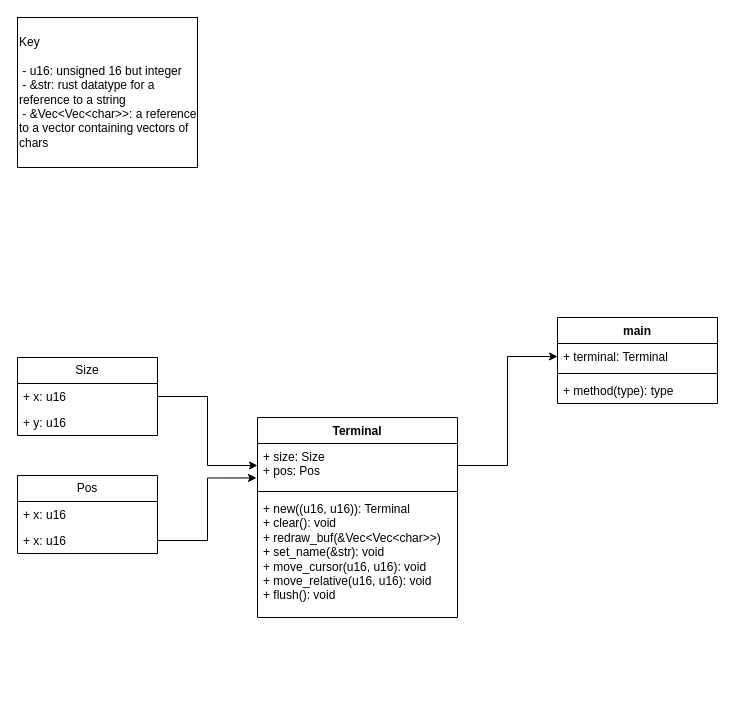
Before: img/pico-uml.drawio in AllLiver/pine, a draw.io diagram. Source tidied: cells renumbered, new cells numbered last; positions are measured from the earlier drawing's top-left corner, leaving out a move shared by most shapes. Both pictures are drawn from the tidied source at 100%, with x=0, y=0 at pixel (17, 17).
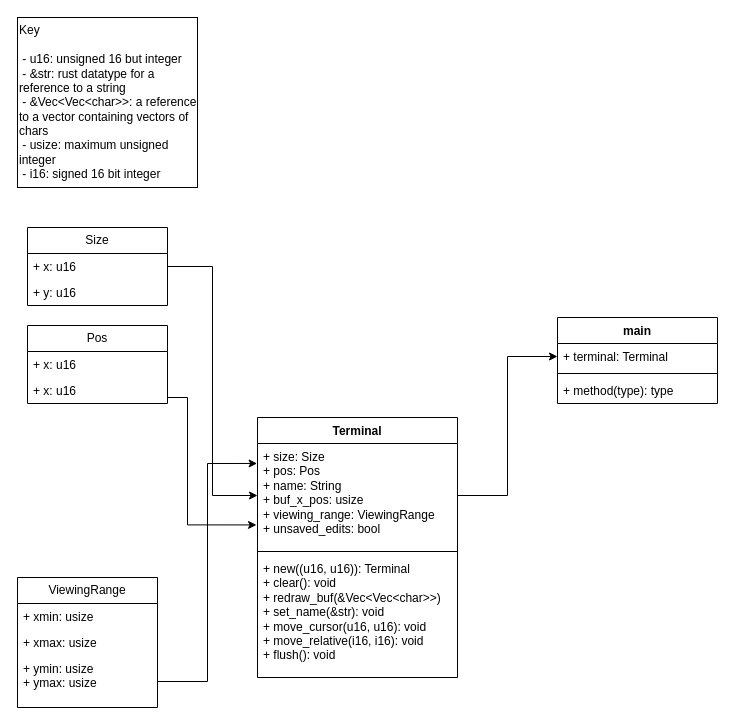
After the change.

Commit message (it also covers changes not shown here):
Trying svg for uml

The change refers to these unchanged cells:
```xml
<mxCell id="18" value="+ x: u16" style="text;strokeColor=none;fillColor=none;align=left;verticalAlign=top;spacingLeft=4;spacingRight=4;overflow=hidden;points=[[0,0.5],[1,0.5]];portConstraint=eastwest;whiteSpace=wrap;html=1;" parent="16" vertex="1">
  <mxGeometry y="52" width="140" height="26" as="geometry" />
</mxCell>
```

Diff of the diagram source:
```diff
@@
     <mxCell id="2" value="Terminal" style="swimlane;fontStyle=1;align=center;verticalAlign=top;horizontal=1;startSize=26;whiteSpace=wrap;html=1;" parent="1" vertex="1">
-      <mxGeometry x="240" y="400" width="200" height="200" as="geometry" />
+      <mxGeometry x="240" y="400" width="200" height="260" as="geometry" />
     </mxCell>
-    <mxCell id="3" value="+ size: Size&lt;div&gt;+ pos: Pos&lt;br&gt;&lt;div&gt;&lt;br&gt;&lt;/div&gt;&lt;/div&gt;" style="text;strokeColor=none;fillColor=none;align=left;verticalAlign=top;spacingLeft=4;spacingRight=4;overflow=hidden;points=[[0,0.5],[1,0.5]];portConstraint=eastwest;whiteSpace=wrap;html=1;" parent="2" vertex="1">
-      <mxGeometry y="26" width="200" height="44" as="geometry" />
+    <mxCell id="3" value="+ size: Size&lt;div&gt;+ pos: Pos&lt;/div&gt;&lt;div&gt;+ name: String&lt;/div&gt;&lt;div&gt;+ buf_x_pos: usize&lt;br&gt;&lt;div&gt;+ viewing_range: ViewingRange&lt;/div&gt;&lt;/div&gt;&lt;div&gt;+ unsaved_edits: bool&lt;/div&gt;" style="text;strokeColor=none;fillColor=none;align=left;verticalAlign=top;spacingLeft=4;spacingRight=4;overflow=hidden;points=[[0,0.5],[1,0.5]];portConstraint=eastwest;whiteSpace=wrap;html=1;" parent="2" vertex="1">
+      <mxGeometry y="26" width="200" height="104" as="geometry" />
     </mxCell>
     <mxCell id="4" style="line;strokeWidth=1;fillColor=none;align=left;verticalAlign=middle;spacingTop=-1;spacingLeft=3;spacingRight=3;labelPosition=right;strokeColor=inherit;" parent="2" vertex="1">
-      <mxGeometry y="70" width="200" height="8" as="geometry" />
+      <mxGeometry y="130" width="200" height="8" as="geometry" />
     </mxCell>
-    <mxCell id="5" value="&lt;div&gt;+ new((u16, u16)): Terminal&lt;/div&gt;+ clear(): void&amp;nbsp;&lt;div&gt;+ redraw_buf(&amp;amp;Vec&amp;lt;Vec&amp;lt;char&amp;gt;&amp;gt;)&lt;br&gt;&lt;div&gt;&lt;div&gt;+ set_name(&amp;amp;str): void&lt;/div&gt;&lt;div&gt;+&lt;span style=&quot;background-color: initial;&quot;&gt;&amp;nbsp;move_cursor(u16, u16): void&lt;/span&gt;&lt;/div&gt;&lt;div&gt;&lt;span style=&quot;background-color: initial;&quot;&gt;+ move_relative(u16, u16): void&lt;/span&gt;&lt;/div&gt;&lt;div&gt;&lt;span style=&quot;background-color: initial;&quot;&gt;+ flush(): void&lt;/span&gt;&lt;/div&gt;&lt;/div&gt;&lt;/div&gt;" style="text;strokeColor=none;fillColor=none;align=left;verticalAlign=top;spacingLeft=4;spacingRight=4;overflow=hidden;whiteSpace=wrap;html=1;" parent="2" vertex="1">
-      <mxGeometry y="78" width="200" height="122" as="geometry" />
+    <mxCell id="5" value="&lt;div&gt;+ new((u16, u16)): Terminal&lt;/div&gt;+ clear(): void&amp;nbsp;&lt;div&gt;+ redraw_buf(&amp;amp;Vec&amp;lt;Vec&amp;lt;char&amp;gt;&amp;gt;)&lt;br&gt;&lt;div&gt;&lt;div&gt;+ set_name(&amp;amp;str): void&lt;/div&gt;&lt;div&gt;+&lt;span style=&quot;background-color: initial;&quot;&gt;&amp;nbsp;move_cursor(u16, u16): void&lt;/span&gt;&lt;/div&gt;&lt;div&gt;&lt;span style=&quot;background-color: initial;&quot;&gt;+ move_relative(i16, i16): void&lt;/span&gt;&lt;/div&gt;&lt;div&gt;&lt;span style=&quot;background-color: initial;&quot;&gt;+ flush(): void&lt;/span&gt;&lt;/div&gt;&lt;/div&gt;&lt;/div&gt;" style="text;strokeColor=none;fillColor=none;align=left;verticalAlign=top;spacingLeft=4;spacingRight=4;overflow=hidden;whiteSpace=wrap;html=1;" parent="2" vertex="1">
+      <mxGeometry y="138" width="200" height="122" as="geometry" />
     </mxCell>
@@
-    <mxCell id="11" value="Key&lt;div&gt;&lt;br&gt;&lt;div&gt;&amp;nbsp;- u16: unsigned 16 but integer&lt;/div&gt;&lt;/div&gt;&lt;div&gt;&amp;nbsp;- &amp;amp;str: rust datatype for a reference to a string&lt;/div&gt;&lt;div&gt;&amp;nbsp;- &amp;amp;Vec&amp;lt;Vec&amp;lt;char&amp;gt;&amp;gt;: a reference to a vector containing vectors of chars&lt;br&gt;&lt;/div&gt;" style="html=1;whiteSpace=wrap;align=left;" parent="1" vertex="1">
-      <mxGeometry width="180" height="150" as="geometry" />
+    <mxCell id="11" value="Key&lt;div&gt;&lt;br&gt;&lt;div&gt;&amp;nbsp;- u16: unsigned 16 but integer&lt;/div&gt;&lt;/div&gt;&lt;div&gt;&amp;nbsp;- &amp;amp;str: rust datatype for a reference to a string&lt;/div&gt;&lt;div&gt;&amp;nbsp;- &amp;amp;Vec&amp;lt;Vec&amp;lt;char&amp;gt;&amp;gt;: a reference to a vector containing vectors of chars&lt;br&gt;&lt;/div&gt;&lt;div&gt;&amp;nbsp;- usize: maximum unsigned integer&lt;/div&gt;&lt;div&gt;&amp;nbsp;- i16: signed 16 bit integer&lt;/div&gt;" style="html=1;whiteSpace=wrap;align=left;" parent="1" vertex="1">
+      <mxGeometry width="180" height="170" as="geometry" />
     </mxCell>
     <mxCell id="12" value="Size" style="swimlane;fontStyle=0;horizontal=1;startSize=26;fillColor=none;whiteSpace=wrap;html=1;" parent="1" vertex="1">
-      <mxGeometry y="340" width="140" height="78" as="geometry" />
+      <mxGeometry x="10" y="210" width="140" height="78" as="geometry" />
     </mxCell>
@@
     <mxCell id="16" value="Pos" style="swimlane;fontStyle=0;horizontal=1;startSize=26;fillColor=none;whiteSpace=wrap;html=1;" parent="1" vertex="1">
-      <mxGeometry y="458" width="140" height="78" as="geometry" />
+      <mxGeometry x="10" y="308" width="140" height="78" as="geometry" />
     </mxCell>
@@
     <mxCell id="19" style="edgeStyle=orthogonalEdgeStyle;rounded=0;jettySize=auto;html=1;exitX=1;exitY=0.5;exitDx=0;exitDy=0;entryX=-0.005;entryY=0.783;entryDx=0;entryDy=0;entryPerimeter=0;" parent="1" edge="1" source="18" target="3">
-      <mxGeometry relative="1" as="geometry" />
+      <mxGeometry relative="1" as="geometry">
+        <Array as="points">
+          <mxPoint x="150" y="380" />
+          <mxPoint x="170" y="380" />
+          <mxPoint x="170" y="507" />
+        </Array>
+      </mxGeometry>
     </mxCell>
+    <mxCell id="20" value="ViewingRange" style="swimlane;fontStyle=0;horizontal=1;startSize=26;fillColor=none;whiteSpace=wrap;html=1;" parent="1" vertex="1">
+      <mxGeometry y="560" width="140" height="130" as="geometry" />
+    </mxCell>
+    <mxCell id="21" value="+ xmin: usize" style="text;strokeColor=none;fillColor=none;align=left;verticalAlign=top;spacingLeft=4;spacingRight=4;overflow=hidden;whiteSpace=wrap;html=1;" parent="20" vertex="1">
+      <mxGeometry y="26" width="140" height="26" as="geometry" />
+    </mxCell>
+    <mxCell id="22" value="+ xmax: usize" style="text;strokeColor=none;fillColor=none;align=left;verticalAlign=top;spacingLeft=4;spacingRight=4;overflow=hidden;whiteSpace=wrap;html=1;" parent="20" vertex="1">
+      <mxGeometry y="52" width="140" height="26" as="geometry" />
+    </mxCell>
+    <mxCell id="23" value="+ ymin: usize&lt;div&gt;+ ymax: usize&lt;/div&gt;" style="text;strokeColor=none;fillColor=none;align=left;verticalAlign=top;spacingLeft=4;spacingRight=4;overflow=hidden;points=[[0,0.5],[1,0.5]];portConstraint=eastwest;whiteSpace=wrap;html=1;" parent="20" vertex="1">
+      <mxGeometry y="78" width="140" height="52" as="geometry" />
+    </mxCell>
+    <mxCell id="24" style="edgeStyle=orthogonalEdgeStyle;rounded=0;jettySize=auto;html=1;entryX=-0.002;entryY=0.192;entryDx=0;entryDy=0;entryPerimeter=0;" parent="1" edge="1" source="23" target="3">
+      <mxGeometry relative="1" as="geometry" />
+    </mxCell>
```
